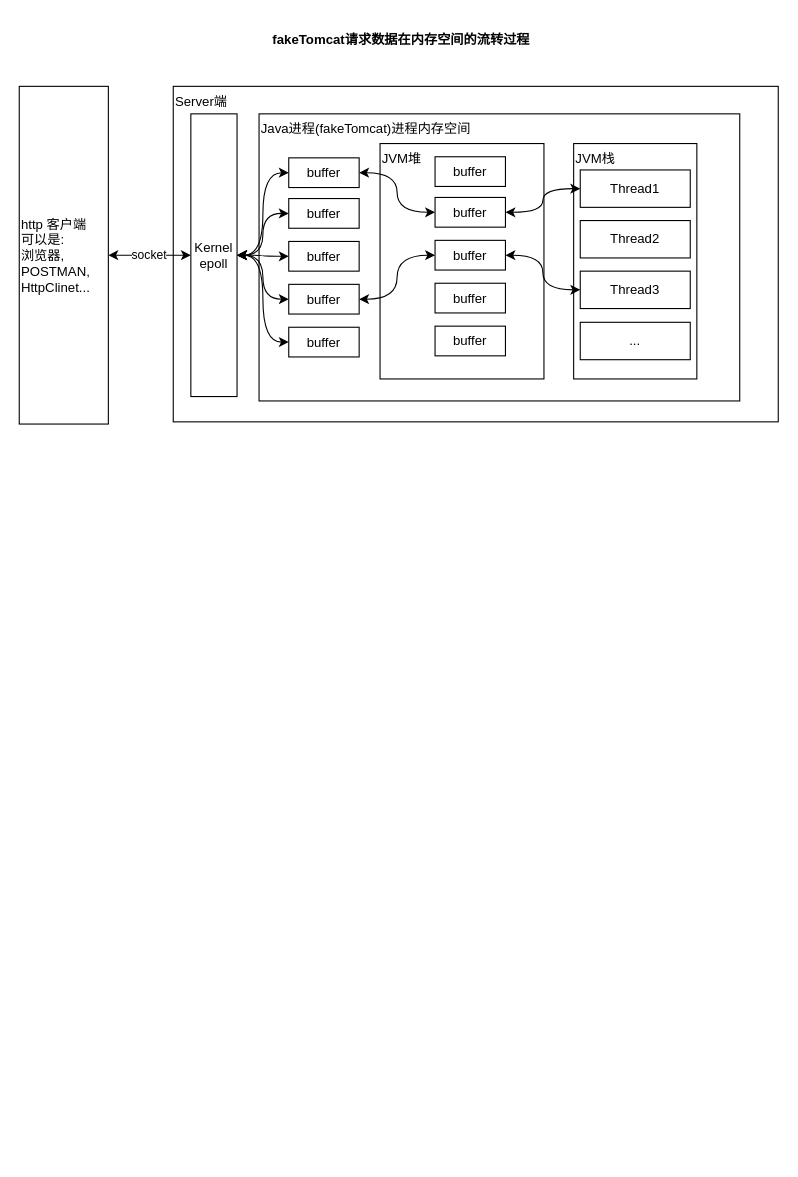
Before: fakeTomcat.drawio in catface996/images, a draw.io diagram. Source tidied: cells renumbered, new cells numbered last; positions are measured from the earlier drawing's top-left corner, leaving out a move shared by most shapes. Both pictures are drawn from the tidied source at 110%, with x=0, y=0 at pixel (19, 19).
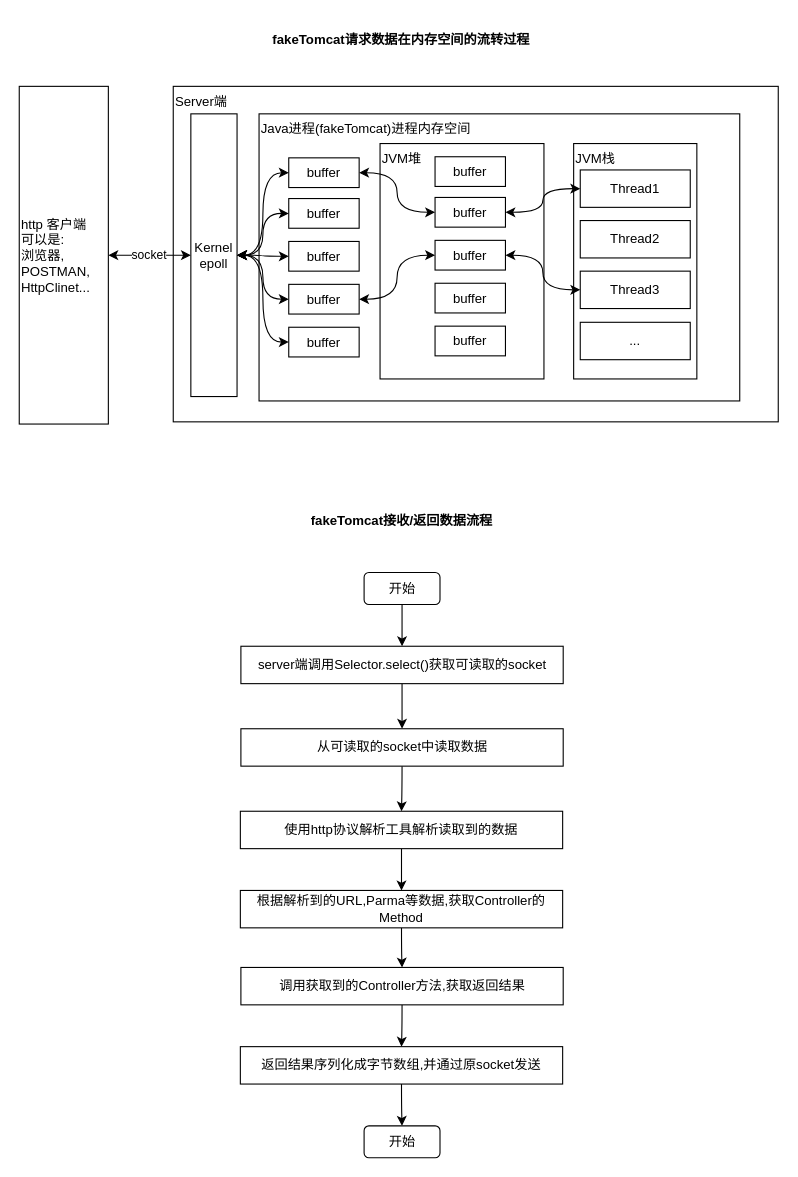
After the change.

The edit, as a diff of the source:
```diff
@@
+    <mxCell id="34" value="fakeTomcat接收/返回数据流程" style="text;html=1;strokeColor=none;fillColor=none;align=center;verticalAlign=middle;whiteSpace=wrap;rounded=0;fontStyle=1;" parent="1" vertex="1">
+      <mxGeometry x="251" y="446" width="194" height="20" as="geometry" />
+    </mxCell>
+    <mxCell id="35" style="edgeStyle=orthogonalEdgeStyle;curved=1;rounded=0;jettySize=auto;html=1;entryX=0.5;entryY=0;entryDx=0;entryDy=0;startArrow=none;startFill=0;" parent="1" edge="1" source="36" target="38">
+      <mxGeometry relative="1" as="geometry" />
+    </mxCell>
+    <mxCell id="36" value="开始" style="rounded=1;whiteSpace=wrap;html=1;align=center;verticalAlign=middle;" parent="1" vertex="1">
+      <mxGeometry x="313.5" y="503" width="69" height="29" as="geometry" />
+    </mxCell>
+    <mxCell id="37" style="edgeStyle=orthogonalEdgeStyle;curved=1;rounded=0;jettySize=auto;html=1;entryX=0.5;entryY=0;entryDx=0;entryDy=0;startArrow=none;startFill=0;" parent="1" edge="1" source="38" target="40">
+      <mxGeometry relative="1" as="geometry" />
+    </mxCell>
+    <mxCell id="38" value="server端调用Selector.select()获取可读取的socket" style="rounded=0;whiteSpace=wrap;html=1;align=center;verticalAlign=middle;" parent="1" vertex="1">
+      <mxGeometry x="201.5" y="570" width="293" height="34" as="geometry" />
+    </mxCell>
+    <mxCell id="39" style="edgeStyle=orthogonalEdgeStyle;curved=1;rounded=0;jettySize=auto;html=1;entryX=0.5;entryY=0;entryDx=0;entryDy=0;startArrow=none;startFill=0;" parent="1" edge="1" source="40" target="42">
+      <mxGeometry relative="1" as="geometry" />
+    </mxCell>
+    <mxCell id="40" value="从可读取的socket中读取数据" style="rounded=0;whiteSpace=wrap;html=1;align=center;verticalAlign=middle;" parent="1" vertex="1">
+      <mxGeometry x="201.5" y="645" width="293" height="34" as="geometry" />
+    </mxCell>
+    <mxCell id="41" style="edgeStyle=orthogonalEdgeStyle;curved=1;rounded=0;jettySize=auto;html=1;entryX=0.5;entryY=0;entryDx=0;entryDy=0;startArrow=none;startFill=0;" parent="1" edge="1" source="42" target="44">
+      <mxGeometry relative="1" as="geometry" />
+    </mxCell>
+    <mxCell id="42" value="使用http协议解析工具解析读取到的数据" style="rounded=0;whiteSpace=wrap;html=1;align=center;verticalAlign=middle;" parent="1" vertex="1">
+      <mxGeometry x="201" y="720" width="293" height="34" as="geometry" />
+    </mxCell>
+    <mxCell id="43" style="edgeStyle=orthogonalEdgeStyle;curved=1;rounded=0;jettySize=auto;html=1;entryX=0.5;entryY=0;entryDx=0;entryDy=0;startArrow=none;startFill=0;" parent="1" edge="1" source="44" target="46">
+      <mxGeometry relative="1" as="geometry" />
+    </mxCell>
+    <mxCell id="44" value="根据解析到的URL,Parma等数据,获取Controller的Method" style="rounded=0;whiteSpace=wrap;html=1;align=center;verticalAlign=middle;" parent="1" vertex="1">
+      <mxGeometry x="201" y="792" width="293" height="34" as="geometry" />
+    </mxCell>
+    <mxCell id="45" style="edgeStyle=orthogonalEdgeStyle;curved=1;rounded=0;jettySize=auto;html=1;entryX=0.5;entryY=0;entryDx=0;entryDy=0;startArrow=none;startFill=0;" parent="1" edge="1" source="46" target="48">
+      <mxGeometry relative="1" as="geometry" />
+    </mxCell>
+    <mxCell id="46" value="调用获取到的Controller方法,获取返回结果" style="rounded=0;whiteSpace=wrap;html=1;align=center;verticalAlign=middle;" parent="1" vertex="1">
+      <mxGeometry x="201.5" y="862" width="293" height="34" as="geometry" />
+    </mxCell>
+    <mxCell id="47" style="edgeStyle=orthogonalEdgeStyle;curved=1;rounded=0;jettySize=auto;html=1;entryX=0.5;entryY=0;entryDx=0;entryDy=0;startArrow=none;startFill=0;" parent="1" edge="1" source="48" target="49">
+      <mxGeometry relative="1" as="geometry" />
+    </mxCell>
+    <mxCell id="48" value="返回结果序列化成字节数组,并通过原socket发送" style="rounded=0;whiteSpace=wrap;html=1;align=center;verticalAlign=middle;" parent="1" vertex="1">
+      <mxGeometry x="201" y="934" width="293" height="34" as="geometry" />
+    </mxCell>
+    <mxCell id="49" value="开始" style="rounded=1;whiteSpace=wrap;html=1;align=center;verticalAlign=middle;" parent="1" vertex="1">
+      <mxGeometry x="313.5" y="1006" width="69" height="29" as="geometry" />
+    </mxCell>
```
